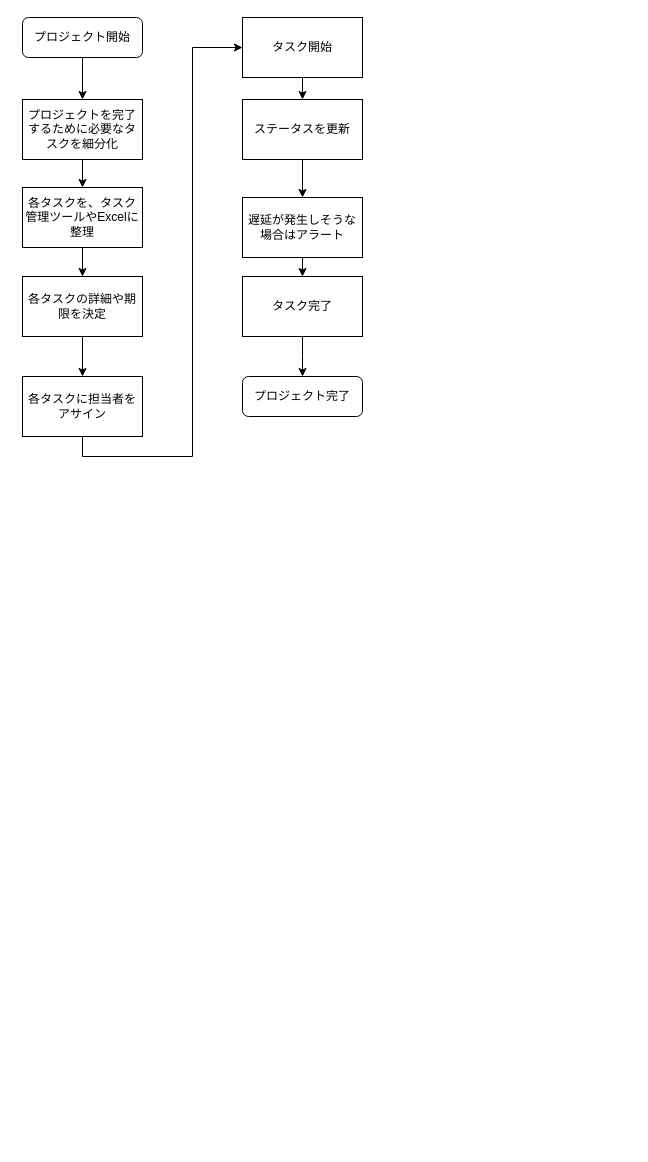
This is タスク管理.drawio from aka0n1chan/business-report-system, a draw.io file, before an edit. Source tidied: cells renumbered, new cells numbered last; positions are measured from the earlier drawing's top-left corner, leaving out a move shared by most shapes. Both pictures are drawn from the tidied source at 100%, with x=0, y=0 at pixel (22, 17).
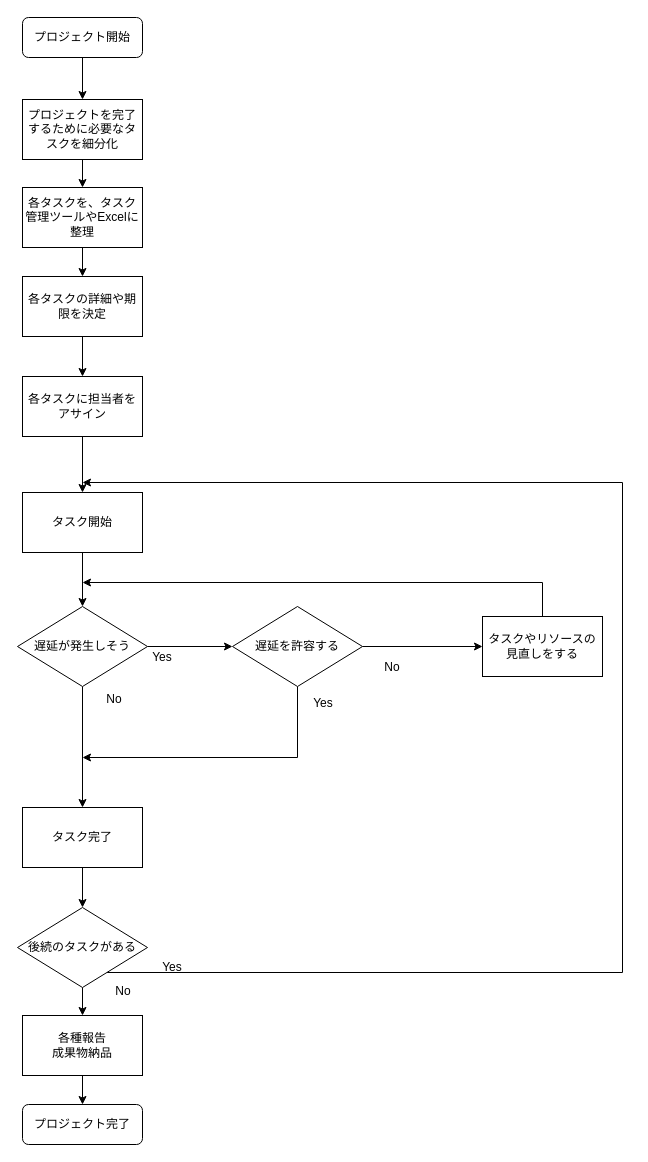
After the change.

Commit message:
タスク管理.drawio を更新します

The change refers to these unchanged cells:
```xml
<mxCell id="10" value="各タスクに担当者をアサイン" style="rounded=0;whiteSpace=wrap;html=1;" parent="1" vertex="1">
  <mxGeometry y="359" width="120" height="60" as="geometry" />
</mxCell>
```

The edit, as a diff of the source:
```diff
@@
-    <mxCell id="4" value="プロジェクト完了" style="rounded=1;whiteSpace=wrap;html=1;fontSize=12;glass=0;strokeWidth=1;shadow=0;" parent="1" vertex="1">
-      <mxGeometry x="220" y="359" width="120" height="40" as="geometry" />
-    </mxCell>
@@
-    <mxCell id="9" style="edgeStyle=orthogonalEdgeStyle;rounded=0;jettySize=auto;html=1;exitX=0.5;exitY=1;exitDx=0;exitDy=0;entryX=0;entryY=0.5;entryDx=0;entryDy=0;" parent="1" edge="1" source="10" target="14">
+    <mxCell id="9" style="edgeStyle=orthogonalEdgeStyle;rounded=0;jettySize=auto;html=1;" parent="1" edge="1" source="10" target="14">
       <mxGeometry relative="1" as="geometry" />
     </mxCell>
@@
-    <mxCell id="13" style="edgeStyle=orthogonalEdgeStyle;rounded=0;jettySize=auto;html=1;exitX=0.5;exitY=1;exitDx=0;exitDy=0;" parent="1" edge="1" source="14" target="16">
-      <mxGeometry relative="1" as="geometry" />
-    </mxCell>
+    <mxCell id="21" style="edgeStyle=orthogonalEdgeStyle;rounded=0;jettySize=auto;html=1;exitX=0.5;exitY=1;exitDx=0;exitDy=0;" parent="1" edge="1" source="14" target="24">
+      <mxGeometry relative="1" as="geometry" />
+    </mxCell>
     <mxCell id="14" value="タスク開始" style="rounded=0;whiteSpace=wrap;html=1;" parent="1" vertex="1">
-      <mxGeometry x="220" width="120" height="60" as="geometry" />
+      <mxGeometry y="475" width="120" height="60" as="geometry" />
     </mxCell>
-    <mxCell id="15" style="edgeStyle=orthogonalEdgeStyle;rounded=0;jettySize=auto;html=1;exitX=0.5;exitY=1;exitDx=0;exitDy=0;entryX=0.5;entryY=0;entryDx=0;entryDy=0;" parent="1" edge="1" source="16" target="18">
-      <mxGeometry relative="1" as="geometry" />
-    </mxCell>
-    <mxCell id="16" value="ステータスを更新" style="rounded=0;whiteSpace=wrap;html=1;" parent="1" vertex="1">
-      <mxGeometry x="220" y="82" width="120" height="60" as="geometry" />
-    </mxCell>
-    <mxCell id="17" style="edgeStyle=orthogonalEdgeStyle;rounded=0;jettySize=auto;html=1;exitX=0.5;exitY=1;exitDx=0;exitDy=0;entryX=0.5;entryY=0;entryDx=0;entryDy=0;" parent="1" edge="1" source="18" target="20">
-      <mxGeometry relative="1" as="geometry" />
-    </mxCell>
-    <mxCell id="18" value="遅延が発生しそうな場合はアラート" style="rounded=0;whiteSpace=wrap;html=1;" parent="1" vertex="1">
-      <mxGeometry x="220" y="180" width="120" height="60" as="geometry" />
-    </mxCell>
-    <mxCell id="19" style="edgeStyle=orthogonalEdgeStyle;rounded=0;jettySize=auto;html=1;" parent="1" edge="1" source="20">
-      <mxGeometry relative="1" as="geometry">
-        <mxPoint x="280" y="359" as="targetPoint" />
-      </mxGeometry>
-    </mxCell>
+    <mxCell id="22" style="edgeStyle=orthogonalEdgeStyle;rounded=0;jettySize=auto;html=1;exitX=0.5;exitY=1;exitDx=0;exitDy=0;entryX=0.5;entryY=0;entryDx=0;entryDy=0;" parent="1" edge="1" source="24" target="20">
+      <mxGeometry relative="1" as="geometry" />
+    </mxCell>
+    <mxCell id="23" style="edgeStyle=orthogonalEdgeStyle;rounded=0;jettySize=auto;html=1;" parent="1" edge="1" source="24">
+      <mxGeometry relative="1" as="geometry">
+        <mxPoint x="210" y="629" as="targetPoint" />
+      </mxGeometry>
+    </mxCell>
+    <mxCell id="24" value="遅延が発生しそう" style="rhombus;whiteSpace=wrap;html=1;" parent="1" vertex="1">
+      <mxGeometry x="-5" y="589" width="130" height="80" as="geometry" />
+    </mxCell>
+    <mxCell id="25" style="edgeStyle=orthogonalEdgeStyle;rounded=0;orthogonalLoop=1;jettySize=auto;html=1;entryX=1;entryY=0.5;entryDx=0;entryDy=0;" parent="1" edge="1">
+      <mxGeometry relative="1" as="geometry">
+        <mxPoint x="460" y="659" as="sourcePoint" />
+        <mxPoint x="60" y="565" as="targetPoint" />
+        <Array as="points">
+          <mxPoint x="520" y="659" />
+          <mxPoint x="520" y="565" />
+        </Array>
+      </mxGeometry>
+    </mxCell>
+    <mxCell id="26" value="タスクやリソースの見直しをする" style="rounded=0;whiteSpace=wrap;html=1;" parent="1" vertex="1">
+      <mxGeometry x="460" y="599" width="120" height="60" as="geometry" />
+    </mxCell>
+    <mxCell id="27" style="edgeStyle=orthogonalEdgeStyle;rounded=0;jettySize=auto;html=1;" parent="1" edge="1" source="20" target="37">
+      <mxGeometry relative="1" as="geometry" />
+    </mxCell>
     <mxCell id="20" value="タスク完了" style="rounded=0;whiteSpace=wrap;html=1;" parent="1" vertex="1">
-      <mxGeometry x="220" y="259" width="120" height="60" as="geometry" />
+      <mxGeometry y="790" width="120" height="60" as="geometry" />
     </mxCell>
+    <mxCell id="28" value="No" style="text;html=1;strokeColor=none;fillColor=none;align=center;verticalAlign=middle;whiteSpace=wrap;overflow=hidden;" parent="1" vertex="1">
+      <mxGeometry x="52" y="672" width="80" height="20" as="geometry" />
+    </mxCell>
+    <mxCell id="29" value="Yes" style="text;html=1;strokeColor=none;fillColor=none;align=center;verticalAlign=middle;whiteSpace=wrap;overflow=hidden;" parent="1" vertex="1">
+      <mxGeometry x="100" y="630" width="80" height="20" as="geometry" />
+    </mxCell>
+    <mxCell id="30" style="edgeStyle=orthogonalEdgeStyle;rounded=0;jettySize=auto;html=1;" parent="1" edge="1" source="32">
+      <mxGeometry relative="1" as="geometry">
+        <mxPoint x="60" y="740" as="targetPoint" />
+        <Array as="points">
+          <mxPoint x="275" y="740" />
+          <mxPoint x="60" y="740" />
+        </Array>
+      </mxGeometry>
+    </mxCell>
+    <mxCell id="31" style="edgeStyle=orthogonalEdgeStyle;rounded=0;jettySize=auto;html=1;entryX=0;entryY=0.5;entryDx=0;entryDy=0;" parent="1" edge="1" source="32" target="26">
+      <mxGeometry relative="1" as="geometry" />
+    </mxCell>
+    <mxCell id="32" value="遅延を許容する" style="rhombus;whiteSpace=wrap;html=1;" parent="1" vertex="1">
+      <mxGeometry x="210" y="589" width="130" height="80" as="geometry" />
+    </mxCell>
+    <mxCell id="33" value="No" style="text;html=1;strokeColor=none;fillColor=none;align=center;verticalAlign=middle;whiteSpace=wrap;overflow=hidden;" parent="1" vertex="1">
+      <mxGeometry x="330" y="640" width="80" height="20" as="geometry" />
+    </mxCell>
+    <mxCell id="34" value="Yes" style="text;html=1;strokeColor=none;fillColor=none;align=center;verticalAlign=middle;whiteSpace=wrap;overflow=hidden;" parent="1" vertex="1">
+      <mxGeometry x="261" y="676" width="80" height="20" as="geometry" />
+    </mxCell>
+    <mxCell id="35" style="edgeStyle=orthogonalEdgeStyle;rounded=0;jettySize=auto;html=1;" parent="1" edge="1" source="37">
+      <mxGeometry relative="1" as="geometry">
+        <mxPoint x="60" y="465" as="targetPoint" />
+        <Array as="points">
+          <mxPoint x="600" y="955" />
+          <mxPoint x="600" y="465" />
+        </Array>
+      </mxGeometry>
+    </mxCell>
+    <mxCell id="36" style="edgeStyle=orthogonalEdgeStyle;rounded=0;jettySize=auto;html=1;" parent="1" edge="1" source="37" target="41">
+      <mxGeometry relative="1" as="geometry" />
+    </mxCell>
+    <mxCell id="37" value="後続のタスクがある" style="rhombus;whiteSpace=wrap;html=1;" parent="1" vertex="1">
+      <mxGeometry x="-5" y="890" width="130" height="80" as="geometry" />
+    </mxCell>
+    <mxCell id="38" value="No" style="text;html=1;strokeColor=none;fillColor=none;align=center;verticalAlign=middle;whiteSpace=wrap;overflow=hidden;" parent="1" vertex="1">
+      <mxGeometry x="61" y="964" width="80" height="20" as="geometry" />
+    </mxCell>
+    <mxCell id="39" value="Yes" style="text;html=1;strokeColor=none;fillColor=none;align=center;verticalAlign=middle;whiteSpace=wrap;overflow=hidden;" parent="1" vertex="1">
+      <mxGeometry x="110" y="940" width="80" height="20" as="geometry" />
+    </mxCell>
+    <mxCell id="40" style="edgeStyle=orthogonalEdgeStyle;rounded=0;jettySize=auto;html=1;" parent="1" edge="1" source="41" target="4">
+      <mxGeometry relative="1" as="geometry" />
+    </mxCell>
+    <mxCell id="41" value="各種報告&lt;br&gt;成果物納品" style="rounded=0;whiteSpace=wrap;html=1;" parent="1" vertex="1">
+      <mxGeometry y="998" width="120" height="60" as="geometry" />
+    </mxCell>
+    <mxCell id="4" value="プロジェクト完了" style="rounded=1;whiteSpace=wrap;html=1;fontSize=12;glass=0;strokeWidth=1;shadow=0;" parent="1" vertex="1">
+      <mxGeometry y="1087" width="120" height="40" as="geometry" />
+    </mxCell>
```
